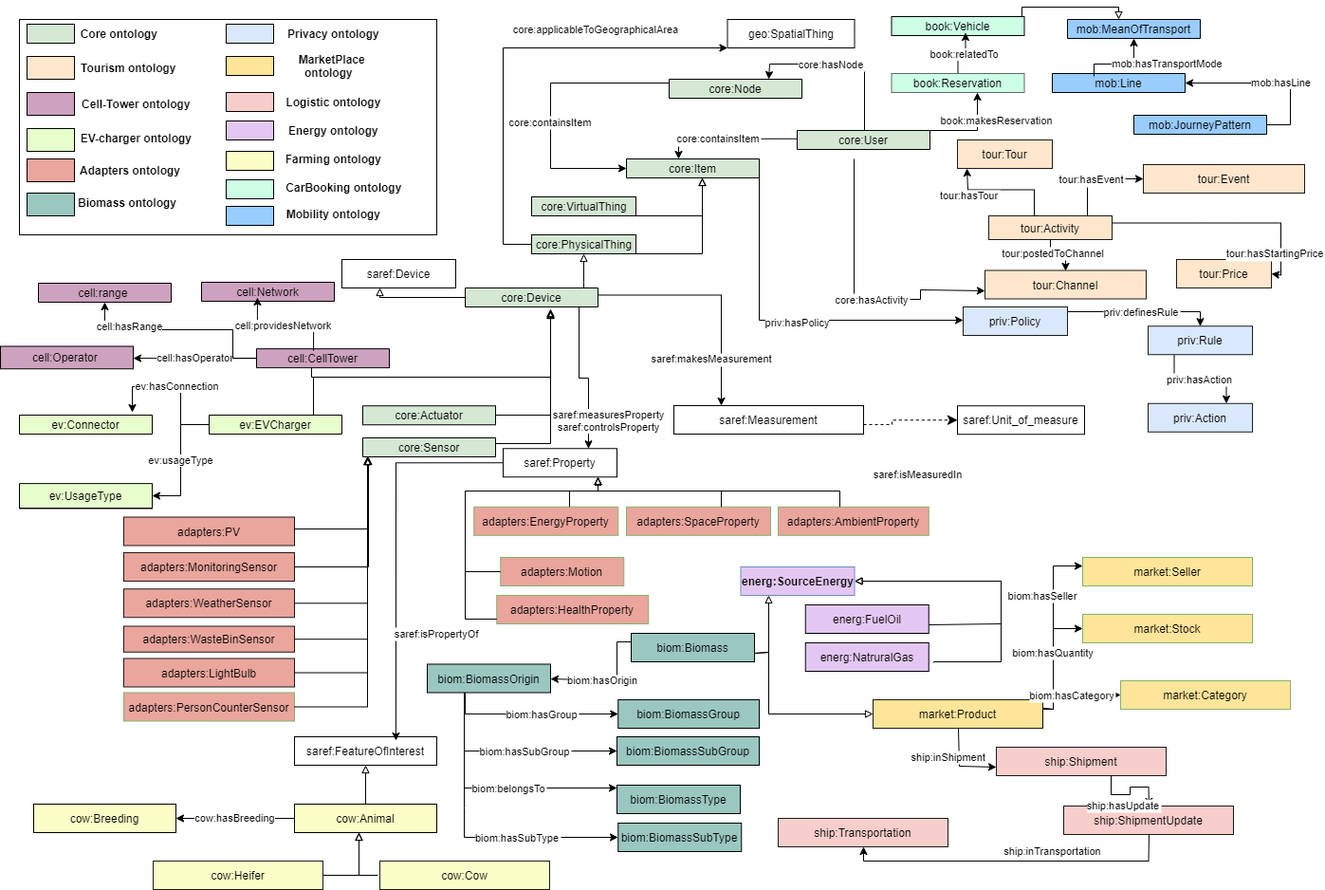
This is diagrams/auroral-whole.png from oeg-upm/auroral-core-ontology, a draw.io export, as it was before one commit. Source tidied: cells renumbered, new cells last; positions are measured from the earlier drawing's top-left corner, leaving out a move shared by most shapes.
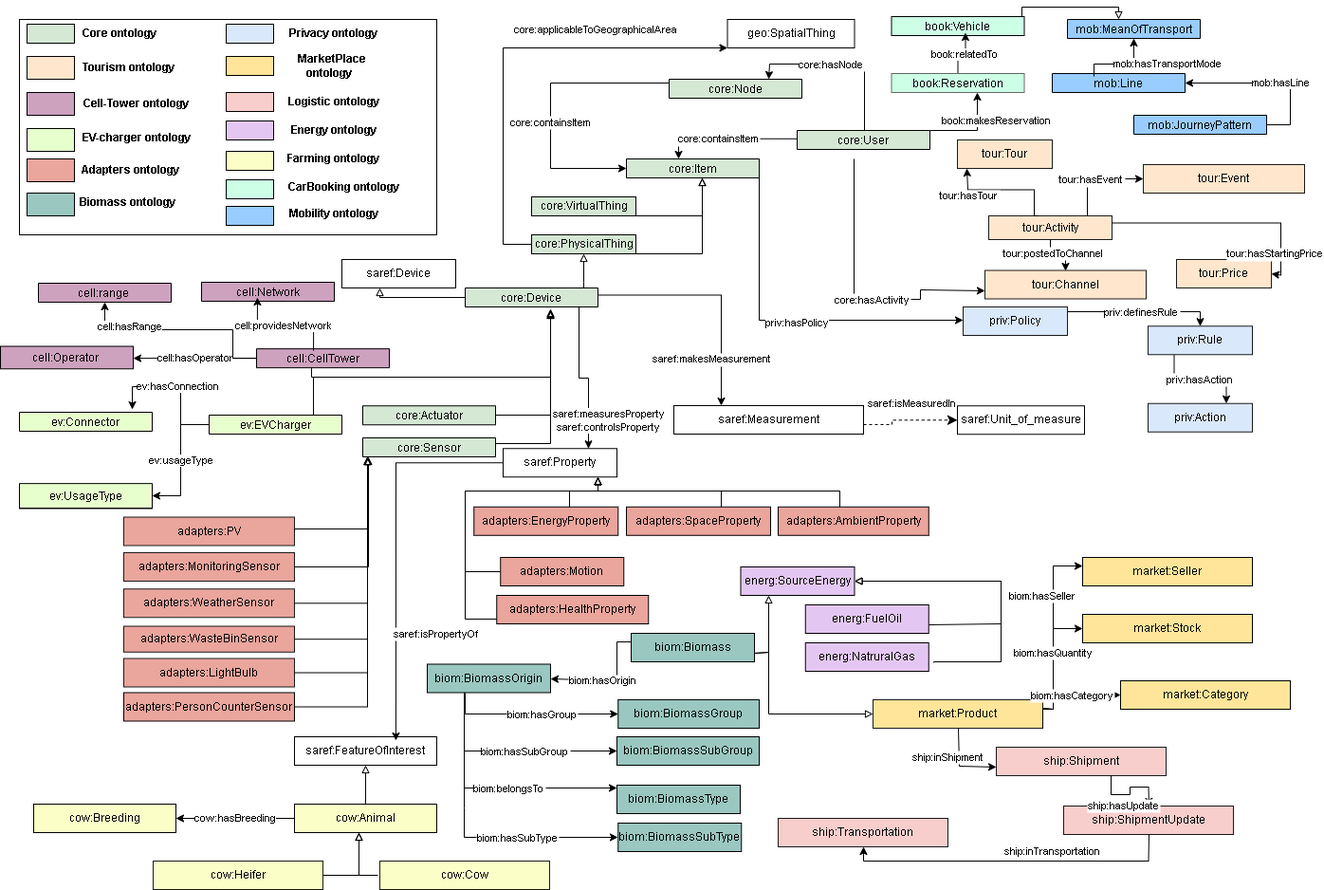
The same file after the commit.

Change to the diagram source:
```diff
@@ -115,7 +115,7 @@
     </mxCell>
     <mxCell id="23" value="&lt;div&gt;saref:isMeasuredIn&lt;/div&gt;" style="edgeLabel;html=1;align=center;verticalAlign=middle;" parent="22" vertex="1">
       <mxGeometry x="-0.19" y="-1" relative="1" as="geometry">
-        <mxPoint x="19" y="56.2" as="offset" />
+        <mxPoint x="13" y="-19" as="offset" />
       </mxGeometry>
     </mxCell>
     <mxCell id="24" value="saref:Property" style="rounded=0;whiteSpace=wrap;html=1;fillColor=#FFFFFF;" parent="1" vertex="1">
@@ -252,19 +252,19 @@
         </Array>
       </mxGeometry>
     </mxCell>
-    <mxCell id="48" value="adapters:AmbientProperty" style="rounded=0;whiteSpace=wrap;html=1;fillColor=#EAA59D;strokeColor=#82b366;" parent="1" vertex="1">
+    <mxCell id="48" value="adapters:AmbientProperty" style="rounded=0;whiteSpace=wrap;html=1;fillColor=#EAA59D;strokeColor=#000000;" parent="1" vertex="1">
       <mxGeometry x="820" y="526.8" width="158.8" height="30" as="geometry" />
     </mxCell>
-    <mxCell id="49" value="adapters:HealthProperty" style="rounded=0;whiteSpace=wrap;html=1;fillColor=#EAA59D;strokeColor=#82b366;" parent="1" vertex="1">
+    <mxCell id="49" value="adapters:HealthProperty" style="rounded=0;whiteSpace=wrap;html=1;fillColor=#EAA59D;strokeColor=#000000;" parent="1" vertex="1">
       <mxGeometry x="523.2" y="620" width="160" height="30" as="geometry" />
     </mxCell>
-    <mxCell id="50" value="adapters:EnergyProperty" style="rounded=0;whiteSpace=wrap;html=1;fillColor=#EAA59D;strokeColor=#82b366;" parent="1" vertex="1">
+    <mxCell id="50" value="adapters:EnergyProperty" style="rounded=0;whiteSpace=wrap;html=1;fillColor=#EAA59D;strokeColor=#000000;" parent="1" vertex="1">
       <mxGeometry x="499.2" y="526.8" width="152" height="30" as="geometry" />
     </mxCell>
-    <mxCell id="51" value="adapters:Motion" style="rounded=0;whiteSpace=wrap;html=1;fillColor=#EAA59D;strokeColor=#82b366;" parent="1" vertex="1">
+    <mxCell id="51" value="adapters:Motion" style="rounded=0;whiteSpace=wrap;html=1;fillColor=#EAA59D;strokeColor=#000000;" parent="1" vertex="1">
       <mxGeometry x="527.2" y="580" width="130" height="30" as="geometry" />
     </mxCell>
-    <mxCell id="52" value="adapters:SpaceProperty" style="rounded=0;whiteSpace=wrap;html=1;fillColor=#EAA59D;strokeColor=#82b366;" parent="1" vertex="1">
+    <mxCell id="52" value="adapters:SpaceProperty" style="rounded=0;whiteSpace=wrap;html=1;fillColor=#EAA59D;strokeColor=#000000;" parent="1" vertex="1">
       <mxGeometry x="660" y="526.8" width="152" height="30" as="geometry" />
     </mxCell>
     <mxCell id="53" style="edgeStyle=orthogonalEdgeStyle;rounded=0;jettySize=auto;html=1;fontSize=11;endArrow=block;endFill=0;" parent="1" edge="1" source="48">
@@ -323,7 +323,7 @@
     <mxCell id="60" value="adapters:WasteBinSensor" style="rounded=0;whiteSpace=wrap;html=1;fillColor=#EAA59D;strokeColor=#1A1A1A;" parent="1" vertex="1">
       <mxGeometry x="130" y="652.5" width="180" height="27.2" as="geometry" />
     </mxCell>
-    <mxCell id="61" value="adapters:PersonCounterSensor" style="rounded=0;whiteSpace=wrap;html=1;fillColor=#EAA59D;strokeColor=#82b366;" parent="1" vertex="1">
+    <mxCell id="61" value="adapters:PersonCounterSensor" style="rounded=0;whiteSpace=wrap;html=1;fillColor=#EAA59D;strokeColor=#000000;" parent="1" vertex="1">
       <mxGeometry x="130" y="722.5" width="180" height="30" as="geometry" />
     </mxCell>
     <mxCell id="62" value="adapters:LightBulb" style="rounded=0;whiteSpace=wrap;html=1;fillColor=#EAA59D;strokeColor=#1A1A1A;" parent="1" vertex="1">
@@ -381,7 +381,7 @@
         </Array>
       </mxGeometry>
     </mxCell>
-    <mxCell id="70" value="&lt;b&gt;energ:SourceEnergy&lt;/b&gt;" style="rounded=0;whiteSpace=wrap;html=1;fillColor=#E3C7F2;strokeColor=#6c8ebf;" parent="1" vertex="1">
+    <mxCell id="70" value="energ:SourceEnergy" style="rounded=0;whiteSpace=wrap;html=1;fillColor=#E3C7F2;strokeColor=#000000;" parent="1" vertex="1">
       <mxGeometry x="780.5" y="590" width="120" height="30" as="geometry" />
     </mxCell>
     <mxCell id="71" value="energ:FuelOil" style="rounded=0;whiteSpace=wrap;html=1;snapToPoint=1;points=[[0.1,0],[0.2,0],[0.3,0],[0.4,0],[0.5,0],[0.6,0],[0.7,0],[0.8,0],[0.9,0],[0,0.1],[0,0.3],[0,0.5],[0,0.7],[0,0.9],[0.1,1],[0.2,1],[0.3,1],[0.4,1],[0.5,1],[0.6,1],[0.7,1],[0.8,1],[0.9,1],[1,0.1],[1,0.3],[1,0.5],[1,0.7],[1,0.9]];fillColor=#E3C7F2;" parent="1" vertex="1">
@@ -475,10 +475,10 @@
     <mxCell id="87" value="market:Product" style="rounded=0;whiteSpace=wrap;html=1;snapToPoint=1;points=[[0.1,0],[0.2,0],[0.3,0],[0.4,0],[0.5,0],[0.6,0],[0.7,0],[0.8,0],[0.9,0],[0,0.1],[0,0.3],[0,0.5],[0,0.7],[0,0.9],[0.1,1],[0.2,1],[0.3,1],[0.4,1],[0.5,1],[0.6,1],[0.7,1],[0.8,1],[0.9,1],[1,0.1],[1,0.3],[1,0.5],[1,0.7],[1,0.9]];fillColor=#FFE599;strokeColor=#1A1A1A;" parent="1" vertex="1">
       <mxGeometry x="920" y="730" width="179" height="30" as="geometry" />
     </mxCell>
-    <mxCell id="88" value="market:Seller" style="rounded=0;whiteSpace=wrap;html=1;snapToPoint=1;points=[[0.1,0],[0.2,0],[0.3,0],[0.4,0],[0.5,0],[0.6,0],[0.7,0],[0.8,0],[0.9,0],[0,0.1],[0,0.3],[0,0.5],[0,0.7],[0,0.9],[0.1,1],[0.2,1],[0.3,1],[0.4,1],[0.5,1],[0.6,1],[0.7,1],[0.8,1],[0.9,1],[1,0.1],[1,0.3],[1,0.5],[1,0.7],[1,0.9]];fillColor=#FFE599;strokeColor=#82b366;" parent="1" vertex="1">
+    <mxCell id="88" value="market:Seller" style="rounded=0;whiteSpace=wrap;html=1;snapToPoint=1;points=[[0.1,0],[0.2,0],[0.3,0],[0.4,0],[0.5,0],[0.6,0],[0.7,0],[0.8,0],[0.9,0],[0,0.1],[0,0.3],[0,0.5],[0,0.7],[0,0.9],[0.1,1],[0.2,1],[0.3,1],[0.4,1],[0.5,1],[0.6,1],[0.7,1],[0.8,1],[0.9,1],[1,0.1],[1,0.3],[1,0.5],[1,0.7],[1,0.9]];fillColor=#FFE599;strokeColor=#000000;" parent="1" vertex="1">
       <mxGeometry x="1141" y="580" width="179" height="30" as="geometry" />
     </mxCell>
-    <mxCell id="89" value="market:Stock" style="rounded=0;whiteSpace=wrap;html=1;snapToPoint=1;points=[[0.1,0],[0.2,0],[0.3,0],[0.4,0],[0.5,0],[0.6,0],[0.7,0],[0.8,0],[0.9,0],[0,0.1],[0,0.3],[0,0.5],[0,0.7],[0,0.9],[0.1,1],[0.2,1],[0.3,1],[0.4,1],[0.5,1],[0.6,1],[0.7,1],[0.8,1],[0.9,1],[1,0.1],[1,0.3],[1,0.5],[1,0.7],[1,0.9]];fillColor=#FFE599;strokeColor=#82b366;" parent="1" vertex="1">
+    <mxCell id="89" value="market:Stock" style="rounded=0;whiteSpace=wrap;html=1;snapToPoint=1;points=[[0.1,0],[0.2,0],[0.3,0],[0.4,0],[0.5,0],[0.6,0],[0.7,0],[0.8,0],[0.9,0],[0,0.1],[0,0.3],[0,0.5],[0,0.7],[0,0.9],[0.1,1],[0.2,1],[0.3,1],[0.4,1],[0.5,1],[0.6,1],[0.7,1],[0.8,1],[0.9,1],[1,0.1],[1,0.3],[1,0.5],[1,0.7],[1,0.9]];fillColor=#FFE599;strokeColor=#000000;" parent="1" vertex="1">
       <mxGeometry x="1141" y="640" width="179" height="30" as="geometry" />
     </mxCell>
     <mxCell id="90" style="edgeStyle=orthogonalEdgeStyle;rounded=0;jettySize=auto;html=1;fontSize=11;endArrow=block;endFill=0;" parent="1" edge="1" source="75" target="87">
@@ -489,7 +489,7 @@
         </Array>
       </mxGeometry>
     </mxCell>
-    <mxCell id="91" value="market:Category" style="rounded=0;whiteSpace=wrap;html=1;snapToPoint=1;points=[[0.1,0],[0.2,0],[0.3,0],[0.4,0],[0.5,0],[0.6,0],[0.7,0],[0.8,0],[0.9,0],[0,0.1],[0,0.3],[0,0.5],[0,0.7],[0,0.9],[0.1,1],[0.2,1],[0.3,1],[0.4,1],[0.5,1],[0.6,1],[0.7,1],[0.8,1],[0.9,1],[1,0.1],[1,0.3],[1,0.5],[1,0.7],[1,0.9]];fillColor=#FFE599;strokeColor=#82b366;" parent="1" vertex="1">
+    <mxCell id="91" value="market:Category" style="rounded=0;whiteSpace=wrap;html=1;snapToPoint=1;points=[[0.1,0],[0.2,0],[0.3,0],[0.4,0],[0.5,0],[0.6,0],[0.7,0],[0.8,0],[0.9,0],[0,0.1],[0,0.3],[0,0.5],[0,0.7],[0,0.9],[0.1,1],[0.2,1],[0.3,1],[0.4,1],[0.5,1],[0.6,1],[0.7,1],[0.8,1],[0.9,1],[1,0.1],[1,0.3],[1,0.5],[1,0.7],[1,0.9]];fillColor=#FFE599;strokeColor=#000000;" parent="1" vertex="1">
       <mxGeometry x="1181" y="710" width="179" height="30" as="geometry" />
     </mxCell>
     <mxCell id="92" value="biom:hasSeller" style="edgeStyle=orthogonalEdgeStyle;rounded=0;jettySize=auto;fontSize=11;endArrow=classic;endFill=1;entryX=0;entryY=0.3;entryDx=0;entryDy=0;" parent="1" edge="1" source="87" target="88">
@@ -606,7 +606,7 @@
       <mxGeometry y="357.5" width="140" height="23.8" as="geometry" />
     </mxCell>
     <mxCell id="111" value="ev:Connector" style="swimlane;fontStyle=0;horizontal=1;startSize=20;fillColor=#E6FFCC;" parent="1" vertex="1">
-      <mxGeometry x="20" y="430" width="140" height="20" as="geometry" />
+      <mxGeometry x="20" y="427" width="140" height="20" as="geometry" />
     </mxCell>
     <mxCell id="112" value="ev:UsageType" style="swimlane;fontStyle=0;horizontal=1;startSize=26;fillColor=#E6FFCC;" parent="1" vertex="1">
       <mxGeometry x="20" y="502.1" width="140" height="26.2" as="geometry" />
```
